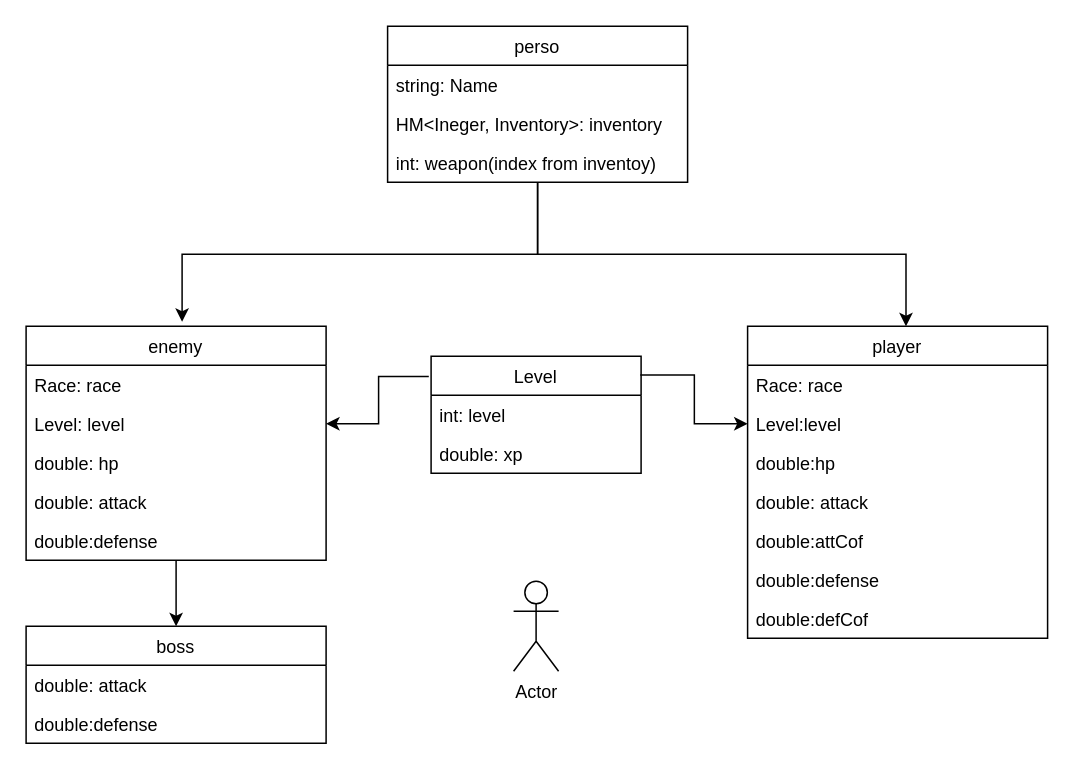
This is page "person" (1 of 3) of src/plan/projectDiagram.drawio from vfedychkanych/MyPlayProj, a draw.io file, before an edit. Source tidied: cells renumbered, new cells numbered last; positions are measured from the earlier drawing's top-left corner, leaving out a move shared by most shapes. Both pictures are drawn from the tidied source at 150%, with x=0, y=0 at pixel (26, 26).
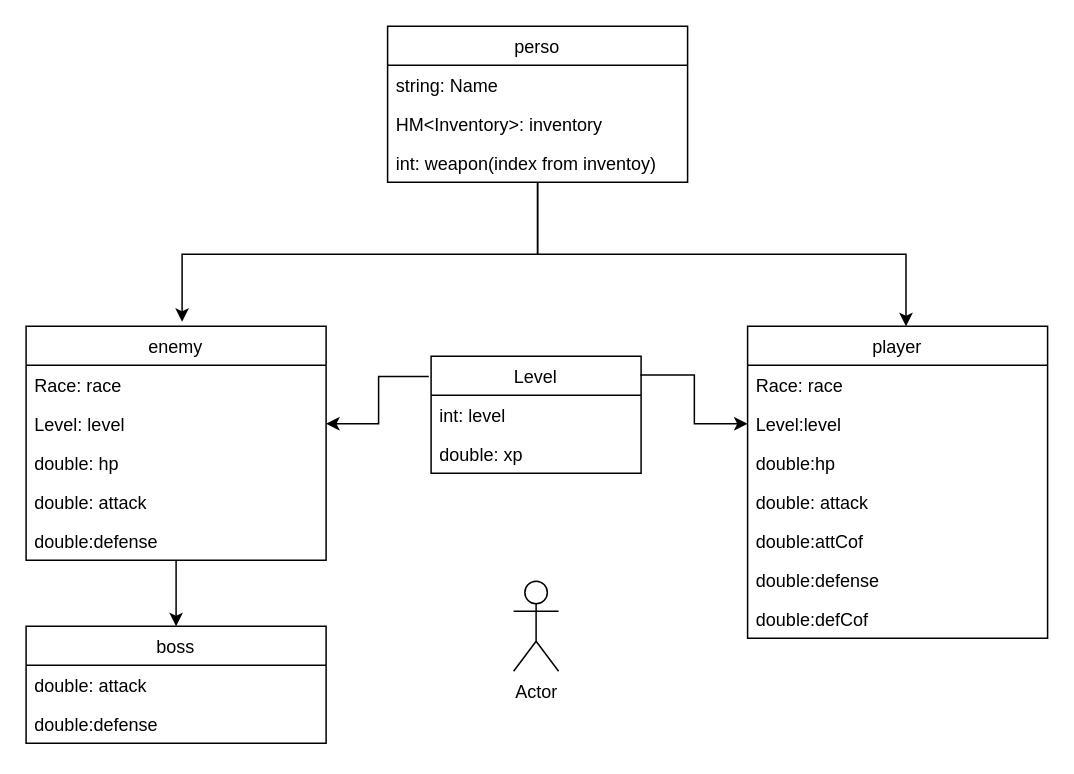
Above is the later version.

Unchanged cells that the change refers to:
```xml
<mxCell id="5" value="perso" style="swimlane;fontStyle=0;horizontal=1;startSize=26;fillColor=none;" parent="1" vertex="1">
  <mxGeometry x="240.9" width="200" height="104" as="geometry" />
</mxCell>
```

The edit, as a diff of the source:
```diff
@@
-    <mxCell id="7" value="HM&lt;Ineger, Inventory&gt;: inventory" style="text;strokeColor=none;fillColor=none;align=left;verticalAlign=top;spacingLeft=4;spacingRight=4;overflow=hidden;" parent="5" vertex="1">
+    <mxCell id="7" value="HM&lt;Inventory&gt;: inventory" style="text;strokeColor=none;fillColor=none;align=left;verticalAlign=top;spacingLeft=4;spacingRight=4;overflow=hidden;" parent="5" vertex="1">
       <mxGeometry y="52" width="200" height="26" as="geometry" />
     </mxCell>
```
